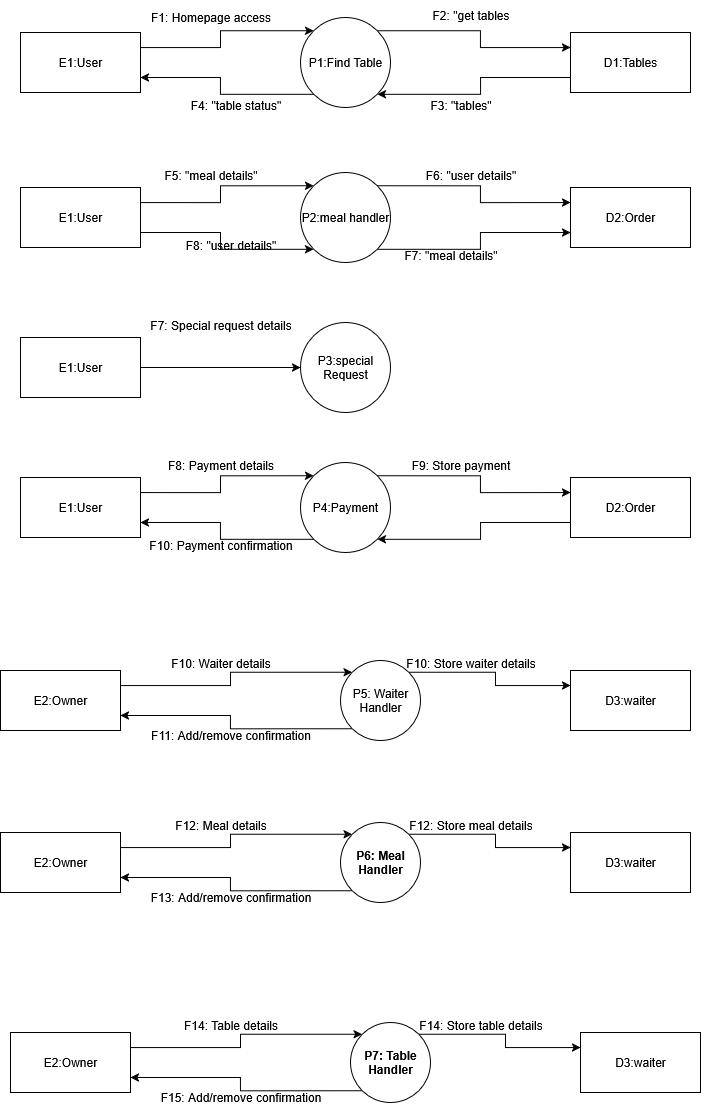
Above: Diagrams/DFD0.Owner .drawio.png in EyasSh/Resturant (draw.io), before the change. Source tidied: cells renumbered, new cells last; positions are measured from the earlier drawing's top-left corner, leaving out a move shared by most shapes.
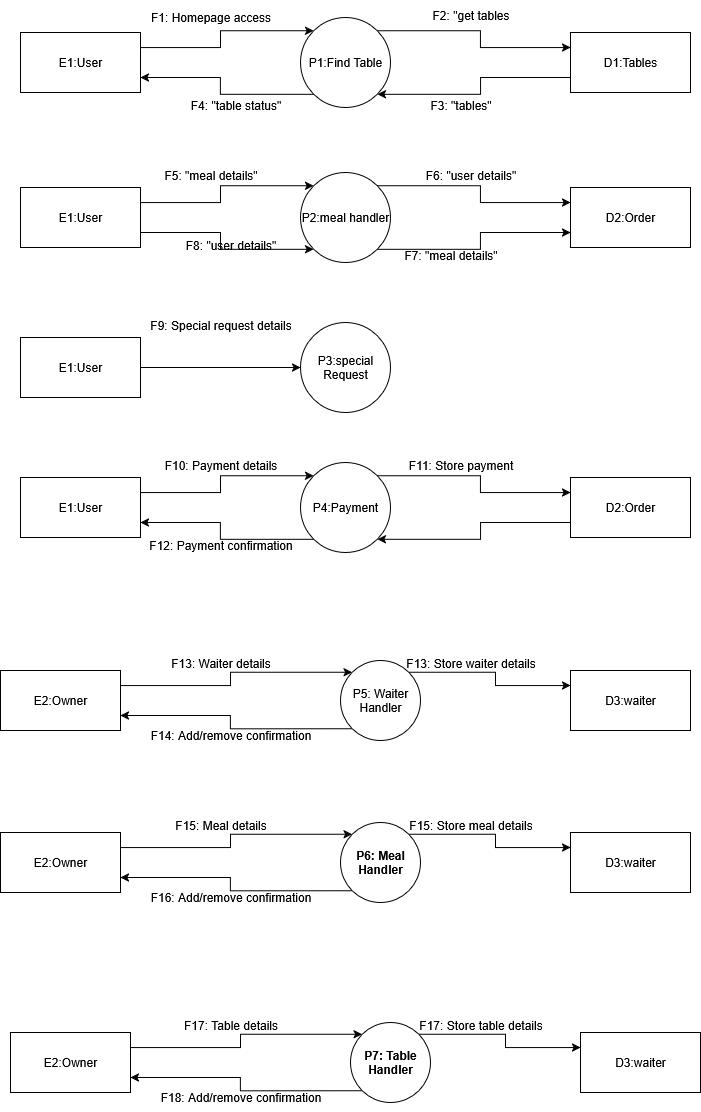
The same diagram one commit later.

The edit, as a diff of the source:
```diff
@@ -20,13 +20,13 @@
     <mxCell id="7" value="P5: Waiter Handler" style="ellipse;whiteSpace=wrap;html=1;" parent="1" vertex="1">
       <mxGeometry x="340" y="660" width="80" height="80" as="geometry" />
     </mxCell>
-    <mxCell id="8" value="F10: Waiter details" style="text;html=1;align=center;verticalAlign=middle;strokeColor=none;fillColor=none;" parent="1" vertex="1">
+    <mxCell id="8" value="F13: Waiter details" style="text;html=1;align=center;verticalAlign=middle;strokeColor=none;fillColor=none;" parent="1" vertex="1">
       <mxGeometry x="160" y="648" width="120" height="30" as="geometry" />
     </mxCell>
-    <mxCell id="9" value="F10: Store waiter details" style="text;html=1;align=center;verticalAlign=middle;strokeColor=none;fillColor=none;" parent="1" vertex="1">
+    <mxCell id="9" value="F13: Store waiter details" style="text;html=1;align=center;verticalAlign=middle;strokeColor=none;fillColor=none;" parent="1" vertex="1">
       <mxGeometry x="395" y="648" width="150" height="30" as="geometry" />
     </mxCell>
-    <mxCell id="10" value="F11: Add/remove confirmation" style="text;html=1;align=center;verticalAlign=middle;strokeColor=none;fillColor=none;" parent="1" vertex="1">
+    <mxCell id="10" value="F14: Add/remove confirmation" style="text;html=1;align=center;verticalAlign=middle;strokeColor=none;fillColor=none;" parent="1" vertex="1">
       <mxGeometry x="140" y="720" width="180" height="30" as="geometry" />
     </mxCell>
     <mxCell id="11" style="edgeStyle=orthogonalEdgeStyle;rounded=0;jettySize=auto;html=1;exitX=1;exitY=0.25;exitDx=0;exitDy=0;entryX=0;entryY=0;entryDx=0;entryDy=0;" parent="1" edge="1" source="12" target="16">
@@ -47,13 +47,13 @@
     <mxCell id="16" value="&lt;strong&gt;P6: Meal Handler&lt;/strong&gt;" style="ellipse;whiteSpace=wrap;html=1;" parent="1" vertex="1">
       <mxGeometry x="340" y="822" width="80" height="80" as="geometry" />
     </mxCell>
-    <mxCell id="17" value="F12: Meal details" style="text;html=1;align=center;verticalAlign=middle;strokeColor=none;fillColor=none;" parent="1" vertex="1">
+    <mxCell id="17" value="F15: Meal details" style="text;html=1;align=center;verticalAlign=middle;strokeColor=none;fillColor=none;" parent="1" vertex="1">
       <mxGeometry x="165" y="810" width="110" height="30" as="geometry" />
     </mxCell>
-    <mxCell id="18" value="F12: Store meal details" style="text;html=1;align=center;verticalAlign=middle;strokeColor=none;fillColor=none;" parent="1" vertex="1">
+    <mxCell id="18" value="F15: Store meal details" style="text;html=1;align=center;verticalAlign=middle;strokeColor=none;fillColor=none;" parent="1" vertex="1">
       <mxGeometry x="395" y="810" width="150" height="30" as="geometry" />
     </mxCell>
-    <mxCell id="19" value="F13: Add/remove confirmation" style="text;html=1;align=center;verticalAlign=middle;strokeColor=none;fillColor=none;" parent="1" vertex="1">
+    <mxCell id="19" value="F16: Add/remove confirmation" style="text;html=1;align=center;verticalAlign=middle;strokeColor=none;fillColor=none;" parent="1" vertex="1">
       <mxGeometry x="140" y="882" width="180" height="30" as="geometry" />
     </mxCell>
     <mxCell id="20" style="edgeStyle=orthogonalEdgeStyle;rounded=0;jettySize=auto;html=1;exitX=1;exitY=0.25;exitDx=0;exitDy=0;entryX=0;entryY=0;entryDx=0;entryDy=0;" parent="1" edge="1" source="21" target="25">
@@ -74,13 +74,13 @@
     <mxCell id="25" value="&lt;strong&gt;P7: Table Handler&lt;/strong&gt;" style="ellipse;whiteSpace=wrap;html=1;" parent="1" vertex="1">
       <mxGeometry x="350" y="1022" width="80" height="80" as="geometry" />
     </mxCell>
-    <mxCell id="26" value="F14: Table details" style="text;html=1;align=center;verticalAlign=middle;strokeColor=none;fillColor=none;" parent="1" vertex="1">
+    <mxCell id="26" value="F17: Table details" style="text;html=1;align=center;verticalAlign=middle;strokeColor=none;fillColor=none;" parent="1" vertex="1">
       <mxGeometry x="170" y="1010" width="120" height="30" as="geometry" />
     </mxCell>
-    <mxCell id="27" value="F14: Store table details" style="text;html=1;align=center;verticalAlign=middle;strokeColor=none;fillColor=none;" parent="1" vertex="1">
+    <mxCell id="27" value="F17: Store table details" style="text;html=1;align=center;verticalAlign=middle;strokeColor=none;fillColor=none;" parent="1" vertex="1">
       <mxGeometry x="405" y="1010" width="150" height="30" as="geometry" />
     </mxCell>
-    <mxCell id="28" value="F15: Add/remove confirmation" style="text;html=1;align=center;verticalAlign=middle;strokeColor=none;fillColor=none;" parent="1" vertex="1">
+    <mxCell id="28" value="F18: Add/remove confirmation" style="text;html=1;align=center;verticalAlign=middle;strokeColor=none;fillColor=none;" parent="1" vertex="1">
       <mxGeometry x="150" y="1082" width="180" height="30" as="geometry" />
     </mxCell>
     <mxCell id="29" style="edgeStyle=orthogonalEdgeStyle;rounded=0;jettySize=auto;html=1;exitX=1;exitY=0.25;exitDx=0;exitDy=0;entryX=0;entryY=0;entryDx=0;entryDy=0;" parent="1" edge="1" source="30" target="35">
@@ -179,16 +179,16 @@
     <mxCell id="60" value="F8: &quot;user details&quot;" style="text;html=1;align=center;verticalAlign=middle;strokeColor=none;fillColor=none;" parent="1" vertex="1">
       <mxGeometry x="175" y="230" width="110" height="30" as="geometry" />
     </mxCell>
-    <mxCell id="61" value="F7: Special request details" style="text;html=1;align=center;verticalAlign=middle;strokeColor=none;fillColor=none;" parent="1" vertex="1">
+    <mxCell id="61" value="F9: Special request details" style="text;html=1;align=center;verticalAlign=middle;strokeColor=none;fillColor=none;" parent="1" vertex="1">
       <mxGeometry x="140" y="310" width="160" height="30" as="geometry" />
     </mxCell>
-    <mxCell id="62" value="F8: Payment details" style="text;html=1;align=center;verticalAlign=middle;strokeColor=none;fillColor=none;" parent="1" vertex="1">
-      <mxGeometry x="155" y="450" width="130" height="30" as="geometry" />
+    <mxCell id="62" value="F10: Payment details" style="text;html=1;align=center;verticalAlign=middle;strokeColor=none;fillColor=none;" parent="1" vertex="1">
+      <mxGeometry x="150" y="450" width="140" height="30" as="geometry" />
     </mxCell>
-    <mxCell id="63" value="F9: Store payment" style="text;html=1;align=center;verticalAlign=middle;strokeColor=none;fillColor=none;" parent="1" vertex="1">
-      <mxGeometry x="400" y="450" width="120" height="30" as="geometry" />
+    <mxCell id="63" value="F11: Store payment" style="text;html=1;align=center;verticalAlign=middle;strokeColor=none;fillColor=none;" parent="1" vertex="1">
+      <mxGeometry x="395" y="450" width="130" height="30" as="geometry" />
     </mxCell>
-    <mxCell id="64" value="F10: Payment confirmation" style="text;html=1;align=center;verticalAlign=middle;strokeColor=none;fillColor=none;" parent="1" vertex="1">
+    <mxCell id="64" value="F12: Payment confirmation" style="text;html=1;align=center;verticalAlign=middle;strokeColor=none;fillColor=none;" parent="1" vertex="1">
       <mxGeometry x="135" y="530" width="170" height="30" as="geometry" />
     </mxCell>
   </root>
```
